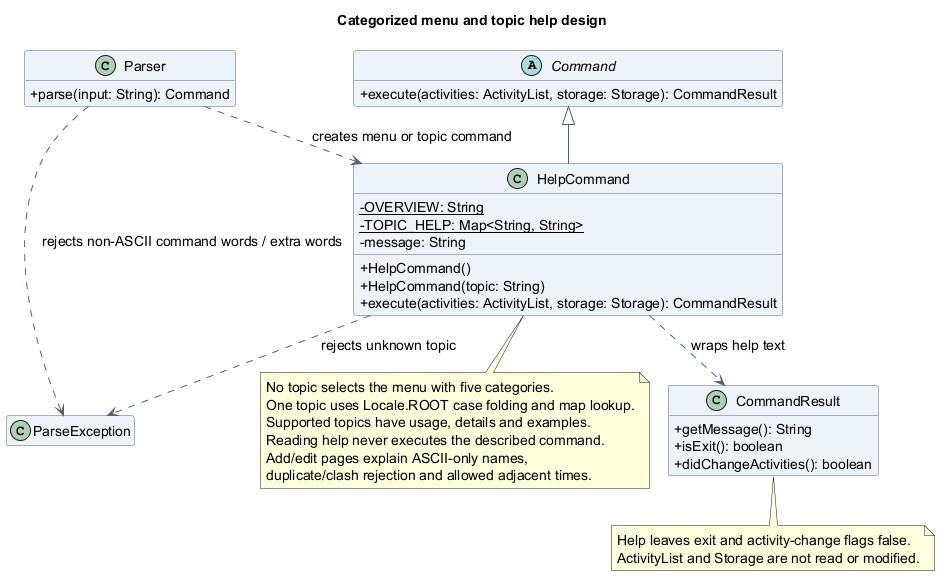
Above: docs/images/atharva/class/TopicHelpClassDiagram.png in AY2627S1-CS2113-T10-4/tp (PlantUML), before the change.
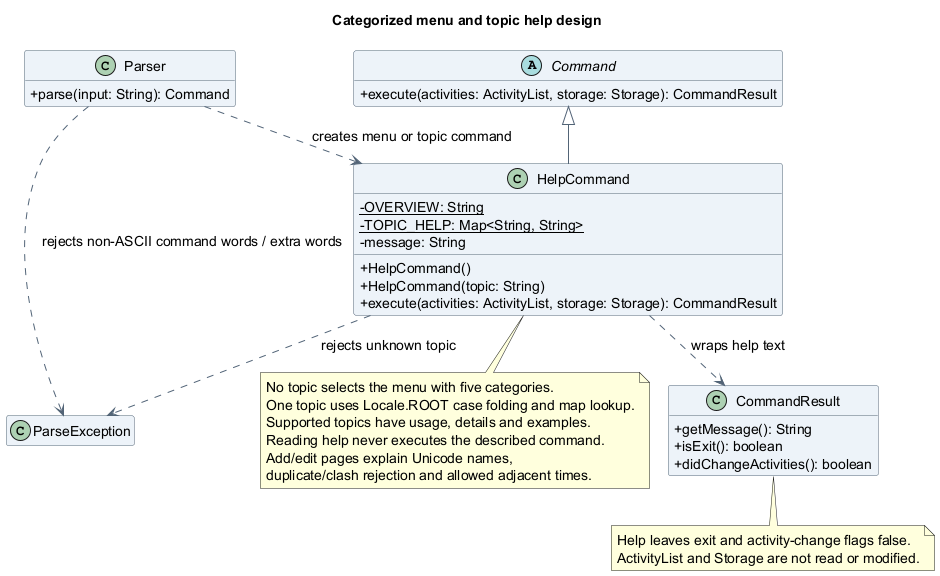
After the change.

The edit, as a diff of the source:
```diff
@@ -43,7 +43,7 @@
   One topic uses Locale.ROOT case folding and map lookup.
   Supported topics have usage, details and examples.
   Reading help never executes the described command.
-  Add/edit pages explain ASCII-only names,
+  Add/edit pages explain Unicode names,
   duplicate/clash rejection and allowed adjacent times.
 end note
 note bottom of CommandResult
```
